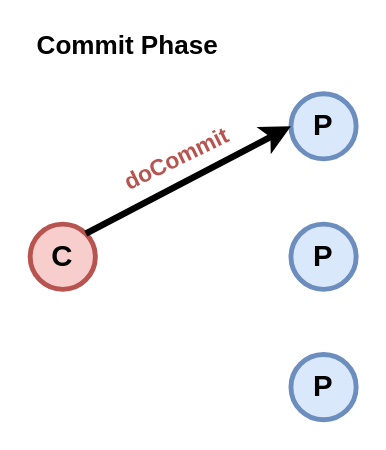
This is diagrams/draw_io/recovery_problem_in_2pc_1.drawio from wuyichen24/system-design-knowledge, a draw.io file, before an edit. Source tidied: cells renumbered, new cells numbered last; positions are measured from the earlier drawing's top-left corner, leaving out a move shared by most shapes. Both pictures are drawn from the tidied source at 163%, with x=0, y=0 at pixel (29, 28).
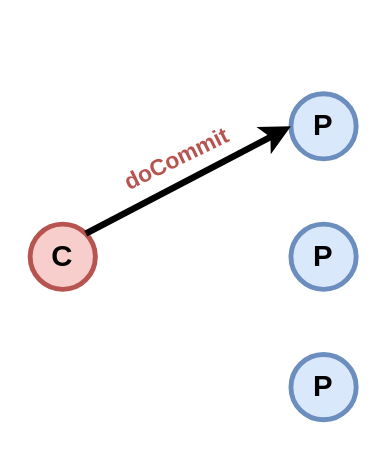
Above is the later version.

What changed in the source:
```diff
@@
 <mxGraphModel>
   <root>
     <mxCell id="0" />
     <mxCell id="1" parent="0" />
     <mxCell id="2" value="&lt;font style=&quot;font-size: 18px&quot;&gt;&lt;b&gt;C&lt;/b&gt;&lt;/font&gt;" style="ellipse;whiteSpace=wrap;html=1;strokeWidth=3;fillColor=#f8cecc;strokeColor=#b85450;" parent="1" vertex="1">
       <mxGeometry y="120" width="40" height="40" as="geometry" />
     </mxCell>
     <mxCell id="3" value="&lt;font size=&quot;1&quot;&gt;&lt;b style=&quot;font-size: 18px&quot;&gt;P&lt;/b&gt;&lt;/font&gt;" style="ellipse;whiteSpace=wrap;html=1;strokeWidth=3;fillColor=#dae8fc;strokeColor=#6c8ebf;" parent="1" vertex="1">
       <mxGeometry x="160" y="40" width="40" height="40" as="geometry" />
     </mxCell>
     <mxCell id="4" value="&lt;font style=&quot;font-size: 18px&quot;&gt;&lt;b&gt;P&lt;/b&gt;&lt;/font&gt;" style="ellipse;whiteSpace=wrap;html=1;strokeWidth=3;fillColor=#dae8fc;strokeColor=#6c8ebf;" parent="1" vertex="1">
       <mxGeometry x="160" y="120" width="40" height="40" as="geometry" />
     </mxCell>
     <mxCell id="5" value="&lt;font style=&quot;font-size: 18px&quot;&gt;&lt;b&gt;P&lt;/b&gt;&lt;/font&gt;" style="ellipse;whiteSpace=wrap;html=1;strokeWidth=3;fillColor=#dae8fc;strokeColor=#6c8ebf;" parent="1" vertex="1">
       <mxGeometry x="160" y="200" width="40" height="40" as="geometry" />
     </mxCell>
     <mxCell id="6" style="endArrow=classic;html=1;exitX=1;exitY=0;exitDx=0;exitDy=0;entryX=0;entryY=0.5;entryDx=0;entryDy=0;strokeWidth=4;" parent="1" edge="1" source="2" target="3">
       <mxGeometry relative="1" as="geometry" />
     </mxCell>
-    <mxCell id="7" value="&lt;font style=&quot;font-size: 16px&quot;&gt;&lt;b&gt;Commit Phase&lt;/b&gt;&lt;/font&gt;" style="text;html=1;strokeColor=none;fillColor=none;align=center;verticalAlign=middle;whiteSpace=wrap;rounded=0;" parent="1" vertex="1">
-      <mxGeometry width="120" height="20" as="geometry" />
-    </mxCell>
     <mxCell id="8" value="&lt;font style=&quot;font-size: 14px&quot; color=&quot;#b85450&quot;&gt;&lt;b&gt;doCommit&lt;/b&gt;&lt;/font&gt;" style="text;html=1;strokeColor=none;fillColor=none;align=center;verticalAlign=middle;whiteSpace=wrap;rounded=0;rotation=334;" parent="1" vertex="1">
       <mxGeometry x="50" y="70" width="80" height="20" as="geometry" />
     </mxCell>
   </root>
 </mxGraphModel>
```
